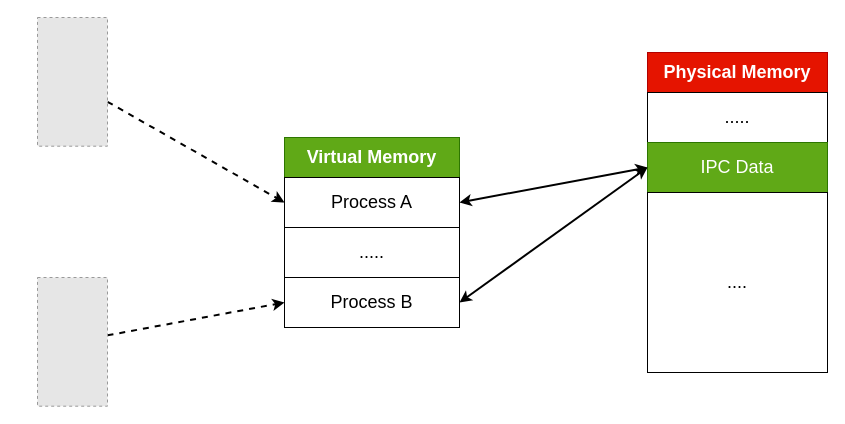
Above: share-memory-ipc.drawio in auula/draw.io (draw.io), before the change. Source tidied: cells renumbered, new cells numbered last; positions are measured from the earlier drawing's top-left corner, leaving out a move shared by most shapes. Both pictures are drawn from the tidied source at 100%, with x=0, y=0 at pixel (37, 17). Pictures stored in the file or linked from it are replaced by grey dashed boxes.
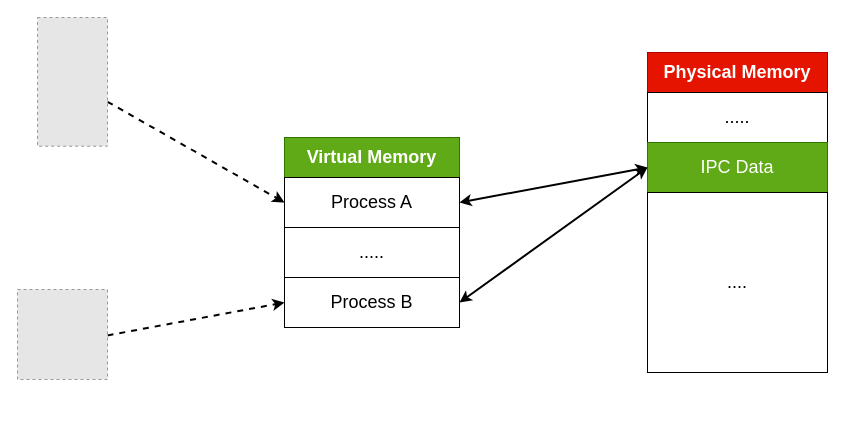
After the change.

Diff of the diagram source:
```diff
@@
 <mxGraphModel>
   <root>
     <mxCell id="0" />
     <mxCell id="1" parent="0" />
     <mxCell id="2" style="rounded=0;jettySize=auto;html=1;entryX=0;entryY=0.5;entryDx=0;entryDy=0;fontSize=18;strokeWidth=2;dashed=1;" parent="1" edge="1" source="3" target="7">
       <mxGeometry relative="1" as="geometry" />
     </mxCell>
     <mxCell id="3" style="fillColor=#E6E6E6;strokeColor=#999999;dashed=1;verticalLabelPosition=bottom;labelBackgroundColor=#ffffff;verticalAlign=top;" parent="1" vertex="1">
       <mxGeometry width="70" height="128.7" as="geometry" />
     </mxCell>
-    <mxCell id="4" style="edgeStyle=none;rounded=0;jettySize=auto;html=1;entryX=0;entryY=0.5;entryDx=0;entryDy=0;fontSize=18;strokeWidth=2;dashed=1;" parent="1" edge="1" source="5" target="9">
-      <mxGeometry relative="1" as="geometry" />
+    <mxCell id="4" style="edgeStyle=none;rounded=0;jettySize=auto;html=1;entryX=0;entryY=0.5;entryDx=0;entryDy=0;fontSize=18;strokeWidth=2;dashed=1;" parent="1" edge="1" target="9">
+      <mxGeometry relative="1" as="geometry">
+        <mxPoint x="70" y="317.9" as="sourcePoint" />
+      </mxGeometry>
     </mxCell>
-    <mxCell id="5" style="fillColor=#E6E6E6;strokeColor=#999999;dashed=1;verticalLabelPosition=bottom;labelBackgroundColor=#ffffff;verticalAlign=top;" parent="1" vertex="1">
-      <mxGeometry y="260" width="70" height="128.7" as="geometry" />
-    </mxCell>
     <mxCell id="6" value="&lt;font style=&quot;font-size: 18px;&quot;&gt;&lt;b&gt;Virtual Memory&lt;/b&gt;&lt;/font&gt;" style="rounded=0;whiteSpace=wrap;html=1;fillColor=#60a917;fontColor=#ffffff;strokeColor=#2D7600;" parent="1" vertex="1">
       <mxGeometry x="247" y="120" width="175" height="40" as="geometry" />
     </mxCell>
     <mxCell id="7" value="Process A" style="rounded=0;whiteSpace=wrap;html=1;fontSize=18;" parent="1" vertex="1">
       <mxGeometry x="247" y="160" width="175" height="50" as="geometry" />
     </mxCell>
     <mxCell id="8" value="....." style="rounded=0;whiteSpace=wrap;html=1;fontSize=18;" parent="1" vertex="1">
       <mxGeometry x="247" y="210" width="175" height="50" as="geometry" />
     </mxCell>
     <mxCell id="9" value="Process B" style="rounded=0;whiteSpace=wrap;html=1;fontSize=18;" parent="1" vertex="1">
       <mxGeometry x="247" y="260" width="175" height="50" as="geometry" />
     </mxCell>
     <mxCell id="10" value="&lt;b&gt;Physical Memory&lt;/b&gt;" style="rounded=0;whiteSpace=wrap;html=1;fontSize=18;fillColor=#e51400;fontColor=#ffffff;strokeColor=#B20000;" parent="1" vertex="1">
       <mxGeometry x="610" y="35" width="180" height="40" as="geometry" />
     </mxCell>
     <mxCell id="11" value="....." style="rounded=0;whiteSpace=wrap;html=1;fontSize=18;" parent="1" vertex="1">
       <mxGeometry x="610" y="75" width="180" height="50" as="geometry" />
     </mxCell>
     <mxCell id="12" value="IPC Data" style="rounded=0;whiteSpace=wrap;html=1;fontSize=18;fillColor=#60a917;fontColor=#ffffff;strokeColor=#2D7600;" parent="1" vertex="1">
       <mxGeometry x="610" y="125" width="180" height="50" as="geometry" />
     </mxCell>
     <mxCell id="13" value="...." style="rounded=0;whiteSpace=wrap;html=1;fontSize=18;" parent="1" vertex="1">
       <mxGeometry x="610" y="175" width="180" height="180" as="geometry" />
     </mxCell>
     <mxCell id="14" style="endArrow=classic;startArrow=classic;html=1;rounded=0;fontSize=18;exitX=1;exitY=0.5;exitDx=0;exitDy=0;entryX=0;entryY=0.5;entryDx=0;entryDy=0;strokeWidth=2;" parent="1" edge="1" source="7" target="12">
       <mxGeometry relative="1" as="geometry" />
     </mxCell>
     <mxCell id="15" style="endArrow=classic;startArrow=classic;html=1;rounded=0;fontSize=18;strokeWidth=2;exitX=1;exitY=0.5;exitDx=0;exitDy=0;" parent="1" edge="1" source="9">
       <mxGeometry relative="1" as="geometry">
         <mxPoint x="610" y="150" as="targetPoint" />
       </mxGeometry>
     </mxCell>
+    <mxCell id="16" style="fillColor=#E6E6E6;strokeColor=#999999;dashed=1;verticalLabelPosition=bottom;labelBackgroundColor=#ffffff;verticalAlign=top;fontSize=18;" parent="1" vertex="1">
+      <mxGeometry x="-20" y="272" width="90" height="90" as="geometry" />
+    </mxCell>
   </root>
 </mxGraphModel>
```
